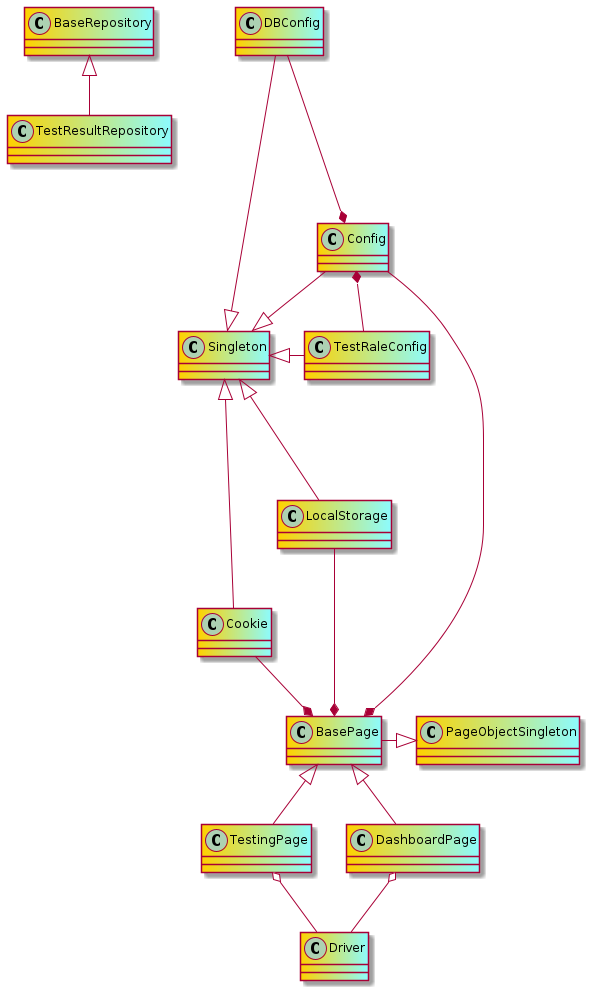
Above: docs/static/hierarchy.png in nikitalimarchuk/10_21_selenium_framework (PlantUML), before the change.
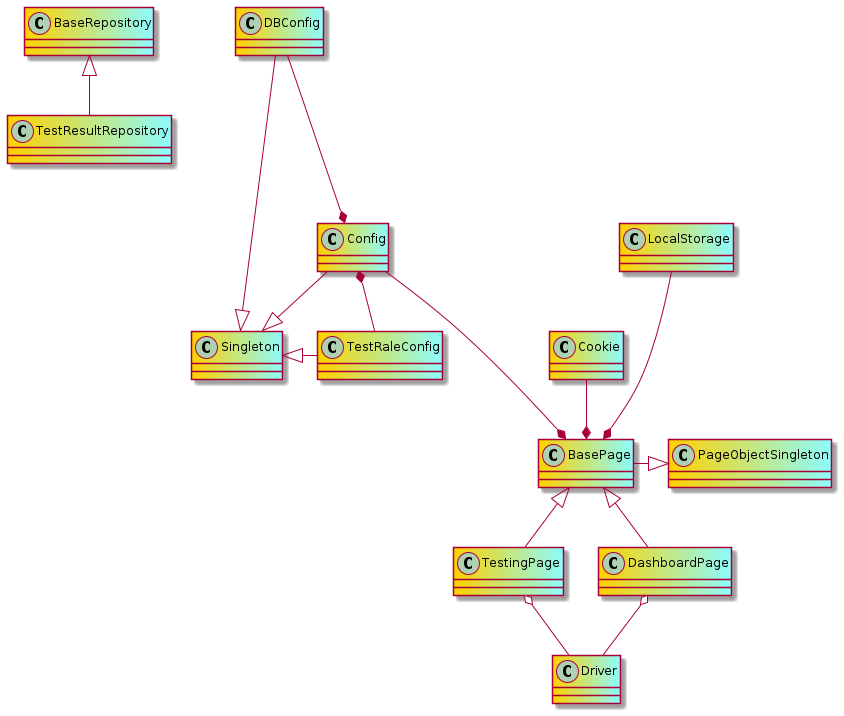
After the commit.

Commit message:
update relation of cookie and local storage

The edit, as a diff of the source:
```diff
@@ -16,8 +16,6 @@
 BasePage -right-|> PageObjectSingleton
 DashboardPage -up-|> BasePage
 TestingPage -up-|> BasePage
-Cookie -up--|> Singleton
-LocalStorage -up--|> Singleton
 Config -down-|> Singleton
 DBConfig -down-|> Singleton
 TestRaleConfig -left-|> Singleton
```
